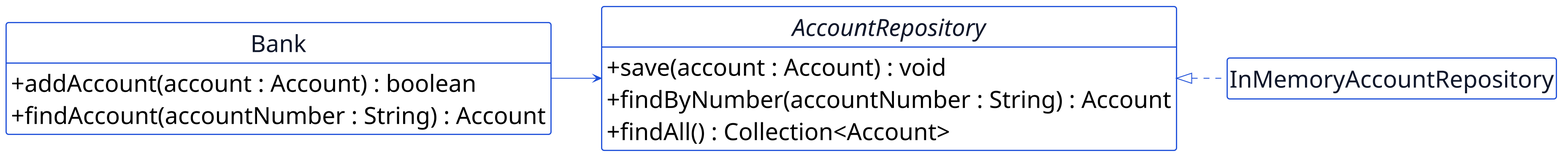
Earlier version of the PlantUML export assets/uml/src/p11-accountrepository.png (dhanifudin/oop).
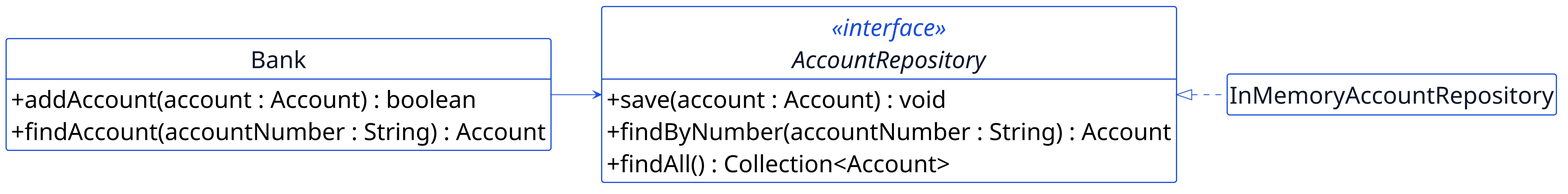
Later version of the same file.

What changed in the source:
```diff
@@ -10,7 +10,7 @@
   + findAccount(accountNumber : String) : Account
 }
 
-interface AccountRepository {
+interface AccountRepository <<interface>> {
   + save(account : Account) : void
   + findByNumber(accountNumber : String) : Account
   + findAll() : Collection<Account>
```
